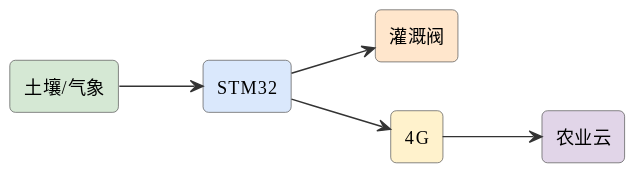
This is assets/diagrams/ideas-fig24.svg from mingyi0818/IntelligentMcuCourse, a PlantUML export, as it was before one commit.
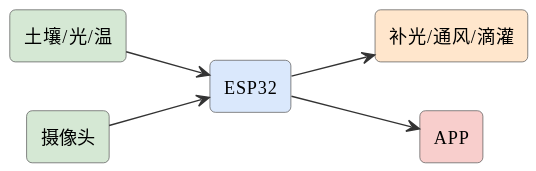
After the commit.

Change to the diagram source:
```diff
@@ -6,13 +6,13 @@
 skinparam arrowFontSize 11
 skinparam arrowColor #333
 left to right direction
-rectangle "土壤/气象" as s #d5e8d4
-rectangle "STM32" as stm #dae8fc
-rectangle "灌溉阀" as valve #ffe6cc
-rectangle "4G" as g #fff2cc
-rectangle "农业云" as cloud #e1d5e8
-s --> stm
-stm --> valve
-stm --> g
-g --> cloud
+rectangle "土壤/光/温" as s #d5e8d4
+rectangle "ESP32" as esp #dae8fc
+rectangle "补光/通风/滴灌" as act #ffe6cc
+rectangle "摄像头" as cam #d5e8d4
+rectangle "APP" as app #f8cecc
+s --> esp
+esp --> act
+cam --> esp
+esp --> app
 @enduml
```
